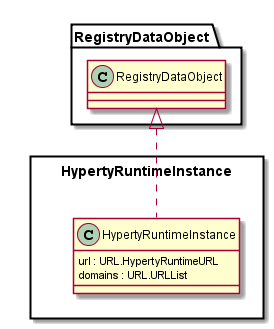
Before: docs/datamodel/Hyperty-Runtime-Instance-Data-Object-Model.png, a diagram exported from PlantUML (reTHINK-project/dev-service-framework).
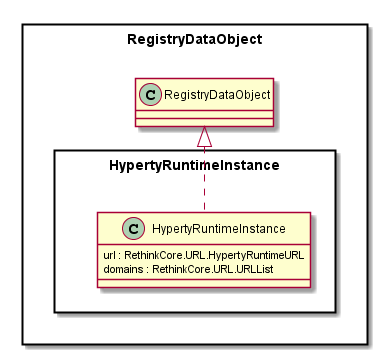
After the change.

The edit, as a diff of the source:
```diff
@@ -1,14 +1,16 @@
 @startuml "Hyperty-Runtime-Instance-Data-Object-Model.png"
+
+package RegistryDataObject <<Rect>> {
 
 package HypertyRuntimeInstance <<Rect>> {
 
 	class HypertyRuntimeInstance {
-		url : URL.HypertyRuntimeURL
-		domains : URL.URLList
+		url : RethinkCore.URL.HypertyRuntimeURL
+		domains : RethinkCore.URL.URLList
 	}
 
 	HypertyRuntimeInstance .up.|> RegistryDataObject.RegistryDataObject
 
 	}
-
+}
 @enduml
```
